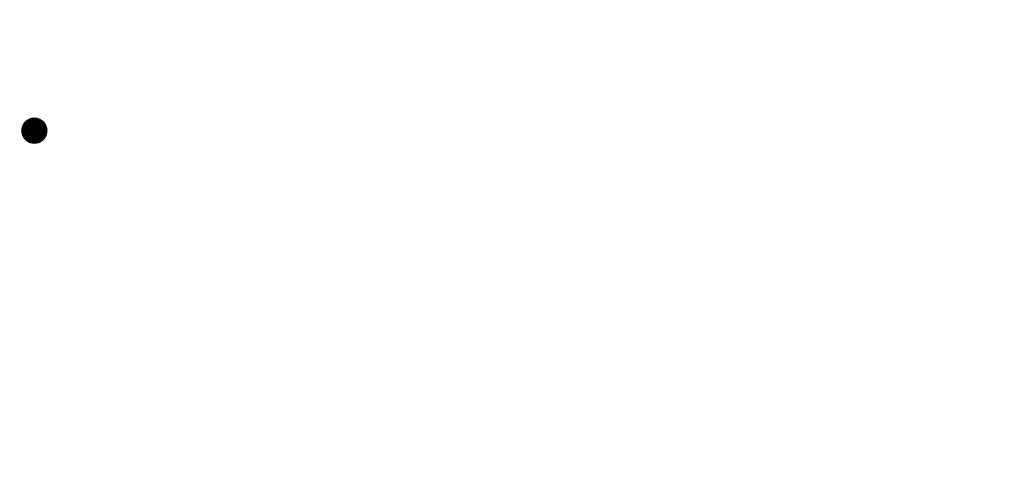
Before: tuto5wia2002q3.drawio in justn0thinghere/drawio, a draw.io diagram. Source tidied: cells renumbered, new cells numbered last; positions are measured from the earlier drawing's top-left corner, leaving out a move shared by most shapes. Both pictures are drawn from the tidied source at 125%, with x=0, y=0 at pixel (21, 118).
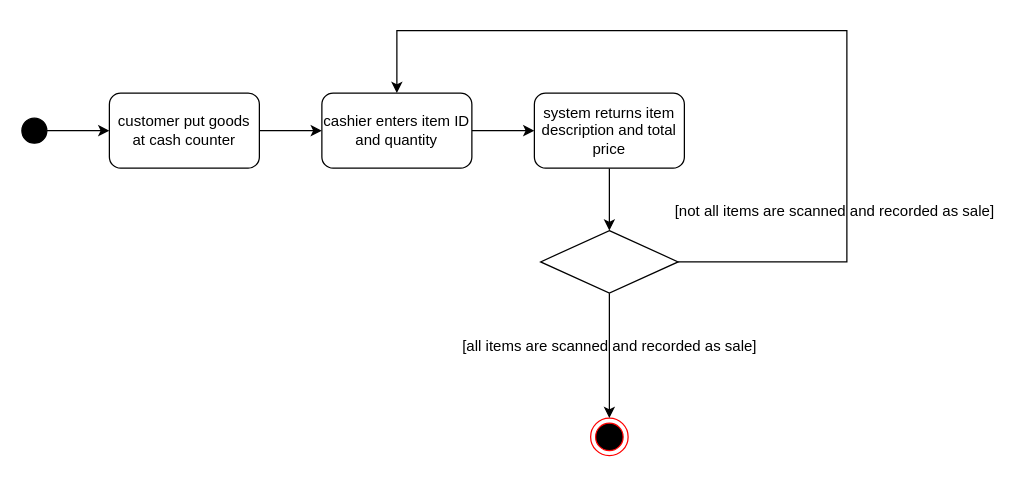
The same page after the edit.

Diff of the diagram source:
```diff
@@
 <mxGraphModel>
   <root>
     <mxCell id="0" />
     <mxCell id="1" parent="0" />
+    <mxCell id="3" style="edgeStyle=orthogonalEdgeStyle;rounded=0;jettySize=auto;html=1;" parent="1" edge="1" source="2" target="6">
+      <mxGeometry relative="1" as="geometry" />
+    </mxCell>
     <mxCell id="2" style="ellipse;whiteSpace=wrap;html=1;fillColor=#000000;" parent="1" vertex="1">
       <mxGeometry width="20" height="20" as="geometry" />
     </mxCell>
+    <mxCell id="4" style="ellipse;html=1;shape=endState;fillColor=#000000;strokeColor=#ff0000;" parent="1" vertex="1">
+      <mxGeometry x="455" y="240" width="30" height="30" as="geometry" />
+    </mxCell>
+    <mxCell id="5" style="edgeStyle=orthogonalEdgeStyle;rounded=0;jettySize=auto;html=1;" parent="1" edge="1" source="6" target="8">
+      <mxGeometry relative="1" as="geometry" />
+    </mxCell>
+    <mxCell id="6" value="customer put goods at cash counter" style="rounded=1;whiteSpace=wrap;html=1;" parent="1" vertex="1">
+      <mxGeometry x="70" y="-20" width="120" height="60" as="geometry" />
+    </mxCell>
+    <mxCell id="7" style="edgeStyle=orthogonalEdgeStyle;rounded=0;jettySize=auto;html=1;" parent="1" edge="1" source="8" target="10">
+      <mxGeometry relative="1" as="geometry" />
+    </mxCell>
+    <mxCell id="8" value="cashier enters item ID and quantity" style="rounded=1;whiteSpace=wrap;html=1;" parent="1" vertex="1">
+      <mxGeometry x="240" y="-20" width="120" height="60" as="geometry" />
+    </mxCell>
+    <mxCell id="9" style="edgeStyle=orthogonalEdgeStyle;rounded=0;jettySize=auto;html=1;" parent="1" edge="1" source="10" target="11">
+      <mxGeometry relative="1" as="geometry" />
+    </mxCell>
+    <mxCell id="10" value="system returns item description and total price" style="rounded=1;whiteSpace=wrap;html=1;" parent="1" vertex="1">
+      <mxGeometry x="410" y="-20" width="120" height="60" as="geometry" />
+    </mxCell>
+    <mxCell id="11" style="rhombus;whiteSpace=wrap;html=1;" parent="1" vertex="1">
+      <mxGeometry x="415" y="90" width="110" height="50" as="geometry" />
+    </mxCell>
+    <mxCell id="12" style="endArrow=classic;html=1;rounded=0;exitX=0.5;exitY=1;exitDx=0;exitDy=0;entryX=0.5;entryY=0;entryDx=0;entryDy=0;" parent="1" edge="1" source="11" target="4">
+      <mxGeometry relative="1" as="geometry" />
+    </mxCell>
+    <mxCell id="13" value="[all items are scanned and recorded as sale]" style="text;html=1;align=center;verticalAlign=middle;strokeColor=none;fillColor=none;" parent="1" vertex="1">
+      <mxGeometry x="340" y="168" width="260" height="30" as="geometry" />
+    </mxCell>
+    <mxCell id="14" value="[not all items are scanned and recorded as sale]" style="text;html=1;align=center;verticalAlign=middle;strokeColor=none;fillColor=none;" parent="1" vertex="1">
+      <mxGeometry x="510" y="60" width="280" height="30" as="geometry" />
+    </mxCell>
+    <mxCell id="15" style="endArrow=classic;html=1;rounded=0;exitX=1;exitY=0.5;exitDx=0;exitDy=0;entryX=0.5;entryY=0;entryDx=0;entryDy=0;edgeStyle=orthogonalEdgeStyle;" parent="1" edge="1" source="11" target="8">
+      <mxGeometry relative="1" as="geometry">
+        <Array as="points">
+          <mxPoint x="660" y="115" />
+          <mxPoint x="660" y="-70" />
+          <mxPoint x="300" y="-70" />
+        </Array>
+      </mxGeometry>
+    </mxCell>
   </root>
 </mxGraphModel>
```
